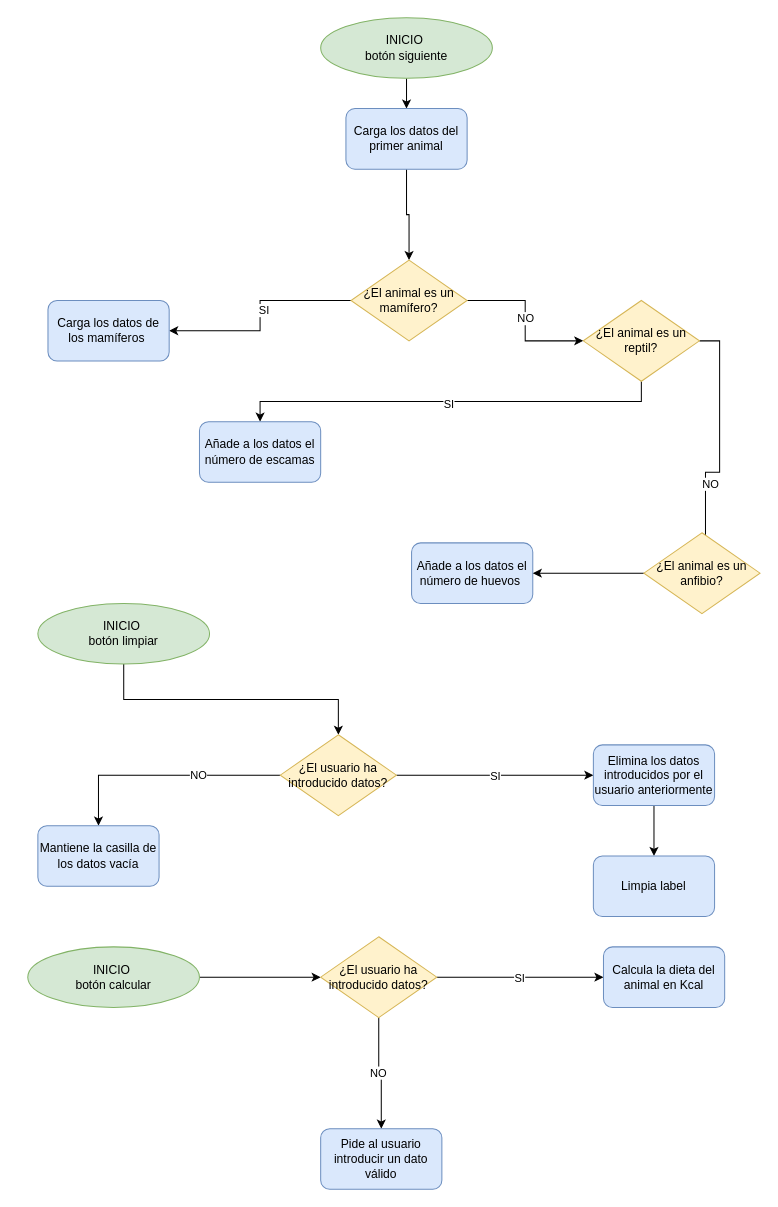
Earlier version of the draw.io diagram page "Diagrama de flujo" (2 of 2) of Copia de CentroVeterinario.drawio (Rodrigo-0407/Centro-veterinario). Source tidied: cells renumbered, new cells numbered last; positions are measured from the earlier drawing's top-left corner, leaving out a move shared by most shapes. Both pictures are drawn from the tidied source at 101%, with x=0, y=0 at pixel (27, 17).
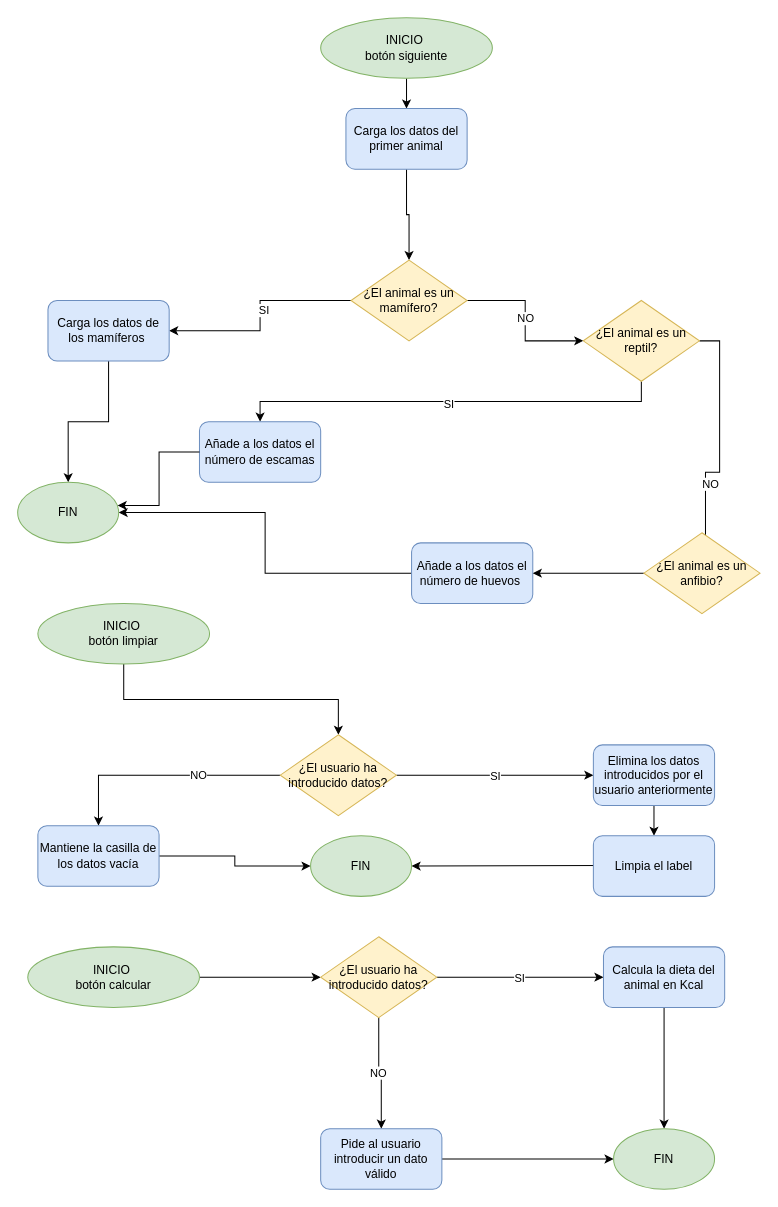
After the change.

Commit message:
Centro veterinario

Unchanged cells that the change refers to:
```xml
<mxCell id="11" value="Carga los datos de los mamíferos&amp;nbsp;" style="rounded=1;whiteSpace=wrap;html=1;fillColor=#dae8fc;strokeColor=#6c8ebf;" parent="1" vertex="1">
  <mxGeometry x="20" y="280" width="120" height="60" as="geometry" />
</mxCell>
<mxCell id="17" value="Añade a los datos el número de escamas" style="rounded=1;whiteSpace=wrap;html=1;fillColor=#dae8fc;strokeColor=#6c8ebf;" parent="1" vertex="1">
  <mxGeometry x="170" y="400" width="120" height="60" as="geometry" />
</mxCell>
<mxCell id="18" value="Añade a los datos el número de huevos&amp;nbsp;" style="rounded=1;whiteSpace=wrap;html=1;fillColor=#dae8fc;strokeColor=#6c8ebf;" parent="1" vertex="1">
  <mxGeometry x="380" y="520" width="120" height="60" as="geometry" />
</mxCell>
<mxCell id="30" value="Mantiene la casilla de los datos vacía" style="rounded=1;whiteSpace=wrap;html=1;fillColor=#dae8fc;strokeColor=#6c8ebf;" parent="1" vertex="1">
  <mxGeometry x="10" y="800" width="120" height="60" as="geometry" />
</mxCell>
<mxCell id="38" value="Calcula la dieta del animal en Kcal" style="rounded=1;whiteSpace=wrap;html=1;fillColor=#dae8fc;strokeColor=#6c8ebf;" parent="1" vertex="1">
  <mxGeometry x="570" y="920" width="120" height="60" as="geometry" />
</mxCell>
<mxCell id="39" value="Pide al usuario introducir un dato válido" style="rounded=1;whiteSpace=wrap;html=1;fillColor=#dae8fc;strokeColor=#6c8ebf;" parent="1" vertex="1">
  <mxGeometry x="290" y="1100" width="120" height="60" as="geometry" />
</mxCell>
```

Change to the diagram source:
```diff
@@
+    <mxCell id="41" style="edgeStyle=orthogonalEdgeStyle;rounded=0;jettySize=auto;html=1;" parent="1" edge="1" source="11" target="47">
+      <mxGeometry relative="1" as="geometry" />
+    </mxCell>
@@
+    <mxCell id="42" style="edgeStyle=orthogonalEdgeStyle;rounded=0;jettySize=auto;html=1;" parent="1" edge="1" source="18" target="47">
+      <mxGeometry relative="1" as="geometry" />
+    </mxCell>
@@
+    <mxCell id="43" style="edgeStyle=orthogonalEdgeStyle;rounded=0;jettySize=auto;html=1;entryX=0;entryY=0.5;entryDx=0;entryDy=0;" parent="1" edge="1" source="30" target="49">
+      <mxGeometry relative="1" as="geometry" />
+    </mxCell>
@@
+    <mxCell id="44" style="edgeStyle=orthogonalEdgeStyle;rounded=0;jettySize=auto;html=1;" parent="1" edge="1" source="38" target="50">
+      <mxGeometry relative="1" as="geometry" />
+    </mxCell>
@@
+    <mxCell id="45" style="edgeStyle=orthogonalEdgeStyle;rounded=0;jettySize=auto;html=1;" parent="1" edge="1" source="39" target="50">
+      <mxGeometry relative="1" as="geometry" />
+    </mxCell>
@@
+    <mxCell id="46" style="edgeStyle=orthogonalEdgeStyle;rounded=0;jettySize=auto;html=1;entryX=1;entryY=0.5;entryDx=0;entryDy=0;" parent="1" edge="1" target="49">
+      <mxGeometry relative="1" as="geometry">
+        <mxPoint x="570" y="839.5" as="sourcePoint" />
+      </mxGeometry>
+    </mxCell>
-    <mxCell id="40" value="Limpia label" style="rounded=1;whiteSpace=wrap;html=1;fillColor=#dae8fc;strokeColor=#6c8ebf;" parent="1" vertex="1">
-      <mxGeometry x="560" y="830" width="120" height="60" as="geometry" />
+    <mxCell id="40" value="Limpia el label" style="rounded=1;whiteSpace=wrap;html=1;fillColor=#dae8fc;strokeColor=#6c8ebf;" parent="1" vertex="1">
+      <mxGeometry x="560" y="810" width="120" height="60" as="geometry" />
     </mxCell>
+    <mxCell id="47" value="FIN" style="ellipse;whiteSpace=wrap;html=1;fillColor=#d5e8d4;strokeColor=#82b366;" parent="1" vertex="1">
+      <mxGeometry x="-10" y="460" width="100" height="60" as="geometry" />
+    </mxCell>
+    <mxCell id="48" style="edgeStyle=orthogonalEdgeStyle;rounded=0;jettySize=auto;html=1;entryX=0.99;entryY=0.383;entryDx=0;entryDy=0;entryPerimeter=0;" parent="1" edge="1" source="17" target="47">
+      <mxGeometry relative="1" as="geometry" />
+    </mxCell>
+    <mxCell id="49" value="FIN" style="ellipse;whiteSpace=wrap;html=1;fillColor=#d5e8d4;strokeColor=#82b366;" parent="1" vertex="1">
+      <mxGeometry x="280" y="810" width="100" height="60" as="geometry" />
+    </mxCell>
+    <mxCell id="50" value="FIN" style="ellipse;whiteSpace=wrap;html=1;fillColor=#d5e8d4;strokeColor=#82b366;" parent="1" vertex="1">
+      <mxGeometry x="580" y="1100" width="100" height="60" as="geometry" />
+    </mxCell>
```
